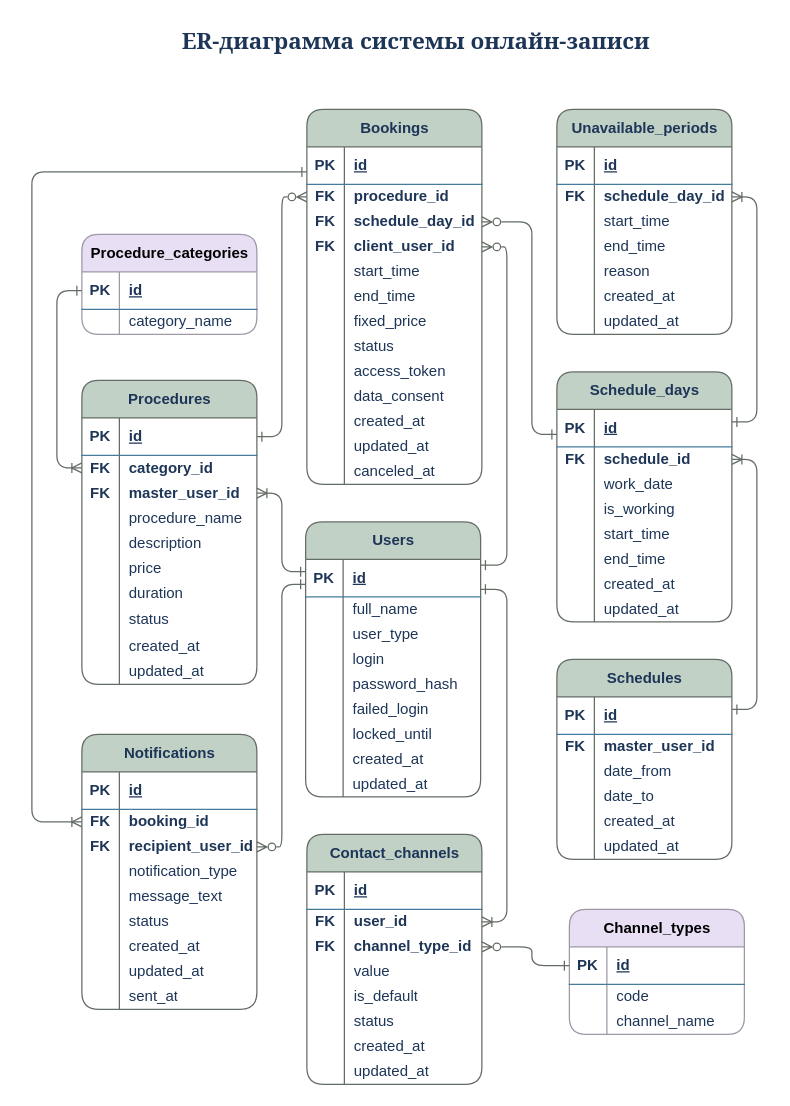
Above: data-model/er-diagram.drawio in Katerina-analyst/Portfolio (draw.io), before the change. Source tidied: cells renumbered, new cells numbered last; positions are measured from the earlier drawing's top-left corner, leaving out a move shared by most shapes. Both pictures are drawn from the tidied source at 125%, with x=0, y=0 at pixel (31, 21).
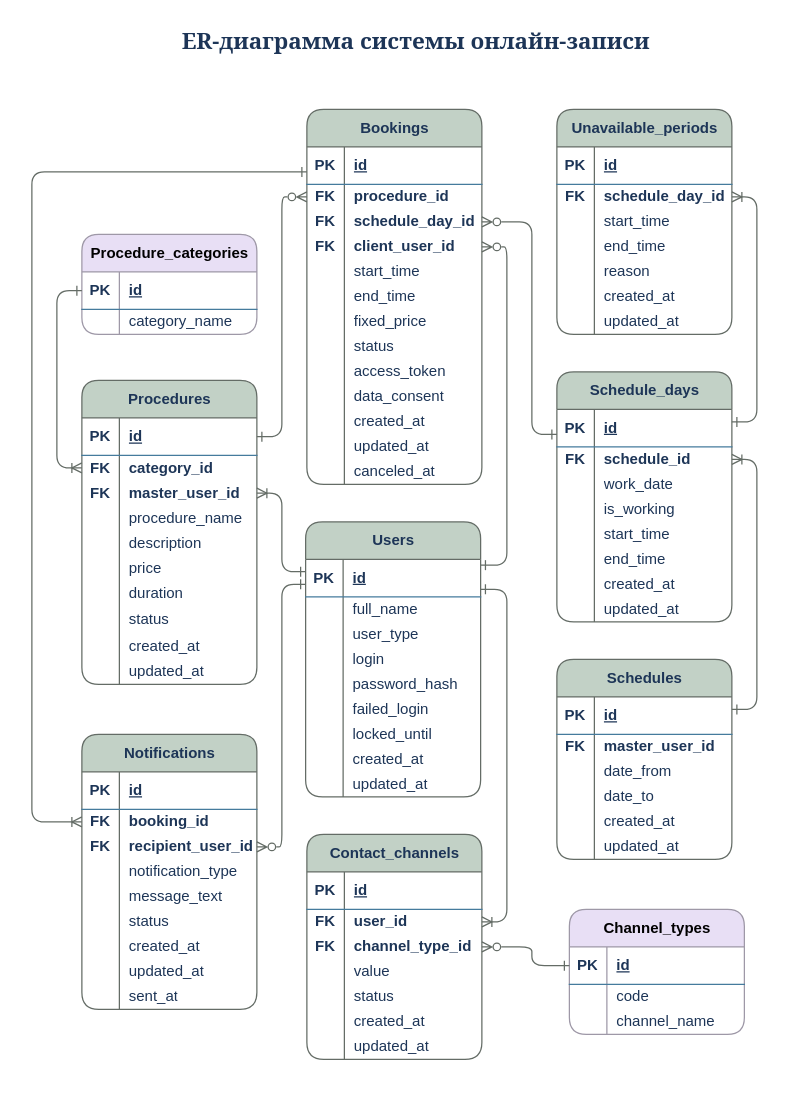
Above is the later version.

What changed in the source:
```diff
@@
     <mxCell id="61" value="Contact_channels" style="shape=table;startSize=30;childLayout=tableLayout;rowLines=0;fontStyle=1;align=center;html=1;swimlaneFillColor=none;shadow=0;rounded=1;fillColor=#C2D1C6;strokeColor=#646C66;labelBackgroundColor=none;fontColor=#1D3557;" parent="1" vertex="1">
-      <mxGeometry x="220" y="650" width="140" height="200" as="geometry" />
+      <mxGeometry x="220" y="650" width="140" height="180" as="geometry" />
     </mxCell>
@@
-    <mxCell id="74" style="shape=tableRow;horizontal=0;startSize=0;swimlaneHead=0;swimlaneBody=0;fillColor=none;top=0;left=0;right=0;bottom=0;swimlaneFillColor=none;shadow=0;labelBackgroundColor=none;strokeColor=#457B9D;fontColor=#1D3557;rounded=1;" parent="61" vertex="1">
-      <mxGeometry y="120" width="140" height="20" as="geometry" />
-    </mxCell>
-    <mxCell id="75" style="shape=partialRectangle;fillColor=none;top=0;left=0;bottom=0;right=0;overflow=hidden;whiteSpace=wrap;html=1;swimlaneFillColor=none;shadow=0;labelBackgroundColor=none;strokeColor=#457B9D;fontColor=#1D3557;rounded=1;" parent="74" vertex="1">
-      <mxGeometry width="30" height="20" as="geometry" />
-    </mxCell>
-    <mxCell id="76" value="is_default" style="shape=partialRectangle;fillColor=none;top=0;left=0;bottom=0;right=0;align=left;spacingLeft=6;overflow=hidden;whiteSpace=wrap;html=1;swimlaneFillColor=none;shadow=0;labelBackgroundColor=none;strokeColor=#457B9D;fontColor=#1D3557;rounded=1;" parent="74" vertex="1">
-      <mxGeometry x="30" width="110" height="20" as="geometry" />
-    </mxCell>
     <mxCell id="77" style="shape=tableRow;horizontal=0;startSize=0;swimlaneHead=0;swimlaneBody=0;fillColor=none;top=0;left=0;right=0;bottom=0;swimlaneFillColor=none;shadow=0;labelBackgroundColor=none;strokeColor=#457B9D;fontColor=#1D3557;rounded=1;" parent="61" vertex="1">
-      <mxGeometry y="140" width="140" height="20" as="geometry" />
+      <mxGeometry y="120" width="140" height="20" as="geometry" />
     </mxCell>
@@
     <mxCell id="80" style="shape=tableRow;horizontal=0;startSize=0;swimlaneHead=0;swimlaneBody=0;fillColor=none;top=0;left=0;right=0;bottom=0;swimlaneFillColor=none;shadow=0;labelBackgroundColor=none;strokeColor=#457B9D;fontColor=#1D3557;rounded=1;" parent="61" vertex="1">
-      <mxGeometry y="160" width="140" height="20" as="geometry" />
+      <mxGeometry y="140" width="140" height="20" as="geometry" />
     </mxCell>
@@
     <mxCell id="83" style="shape=tableRow;horizontal=0;startSize=0;swimlaneHead=0;swimlaneBody=0;fillColor=none;top=0;left=0;right=0;bottom=0;swimlaneFillColor=none;shadow=0;labelBackgroundColor=none;strokeColor=#457B9D;fontColor=#1D3557;rounded=1;" parent="61" vertex="1">
-      <mxGeometry y="180" width="140" height="20" as="geometry" />
+      <mxGeometry y="160" width="140" height="20" as="geometry" />
     </mxCell>
```
